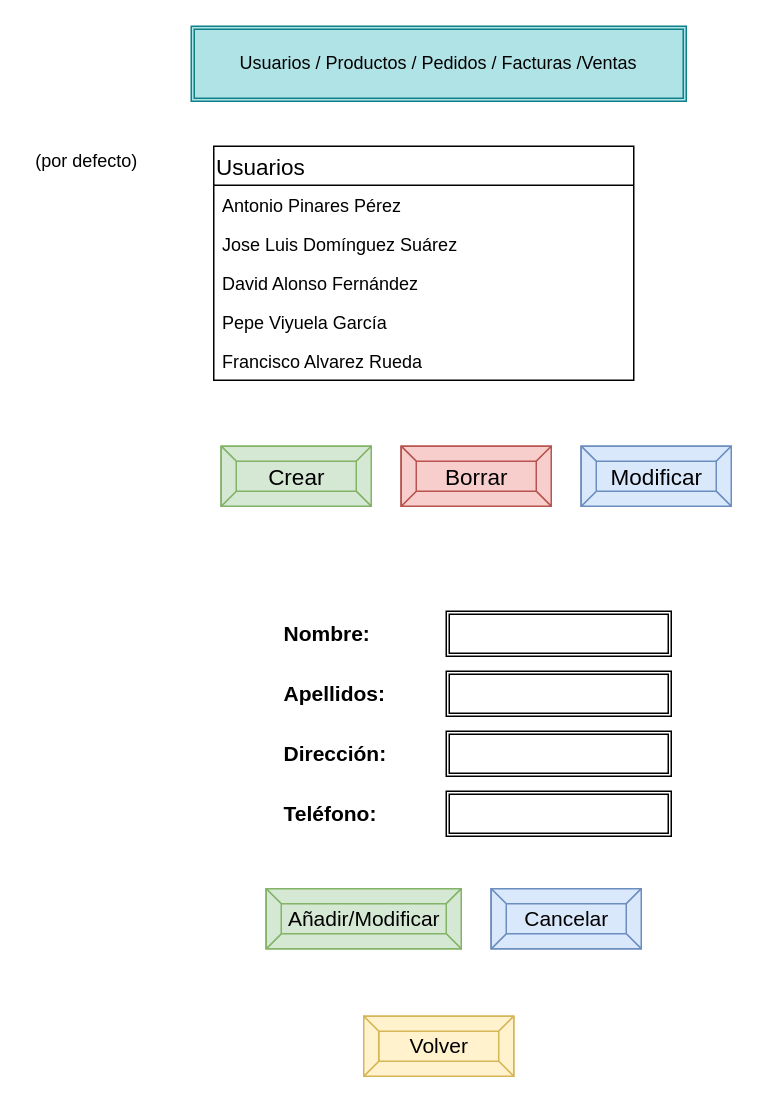
This is page "PrincipalAdmin" (2 of 9) of ListaCompra.drawio from katacliny/practica, a draw.io file, before an edit. Source tidied: cells renumbered, new cells numbered last; positions are measured from the earlier drawing's top-left corner, leaving out a move shared by most shapes. Both pictures are drawn from the tidied source at 150%, with x=0, y=0 at pixel (26, 26).
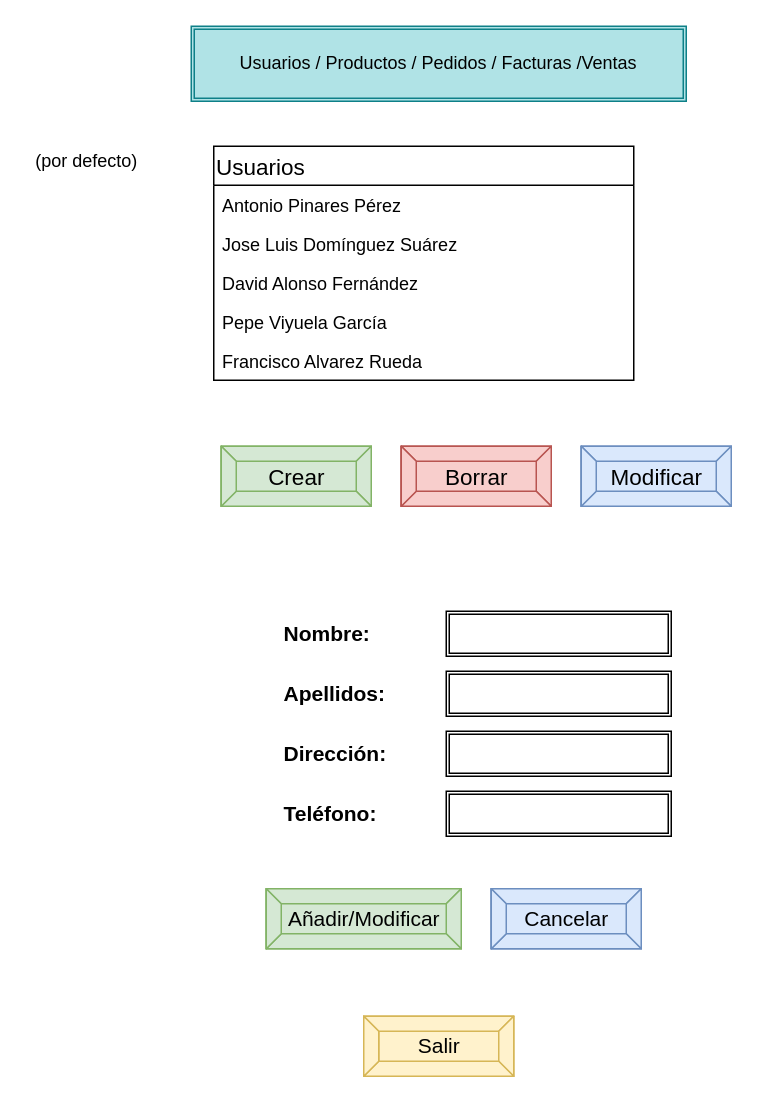
The same diagram, later.

Diff of the diagram source:
```diff
@@
-    <mxCell id="21" value="&amp;nbsp;Volver&amp;nbsp;" style="labelPosition=center;verticalLabelPosition=middle;align=center;html=1;shape=mxgraph.basic.button;dx=10;fontSize=14;fillColor=#fff2cc;strokeColor=#d6b656;" parent="1" vertex="1">
+    <mxCell id="21" value="Salir" style="labelPosition=center;verticalLabelPosition=middle;align=center;html=1;shape=mxgraph.basic.button;dx=10;fontSize=14;fillColor=#fff2cc;strokeColor=#d6b656;" parent="1" vertex="1">
       <mxGeometry x="225" y="660" width="100" height="40" as="geometry" />
     </mxCell>
```
